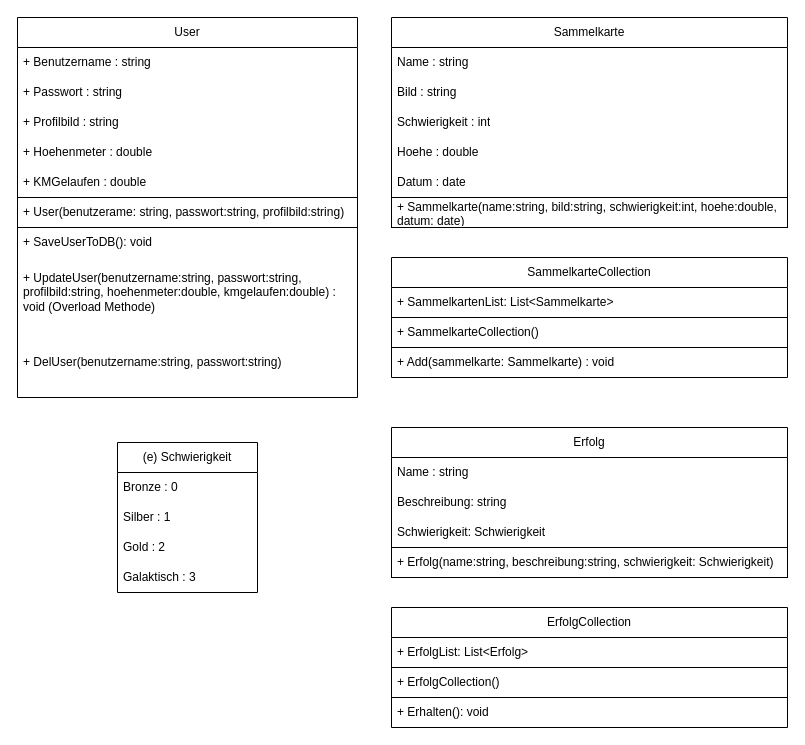
Earlier version of the draw.io diagram doc/Klassendiagramm.drawio (BlJanosch/Hermes). Source tidied: cells renumbered, new cells numbered last; positions are measured from the earlier drawing's top-left corner, leaving out a move shared by most shapes. Both pictures are drawn from the tidied source at 100%, with x=0, y=0 at pixel (17, 17).
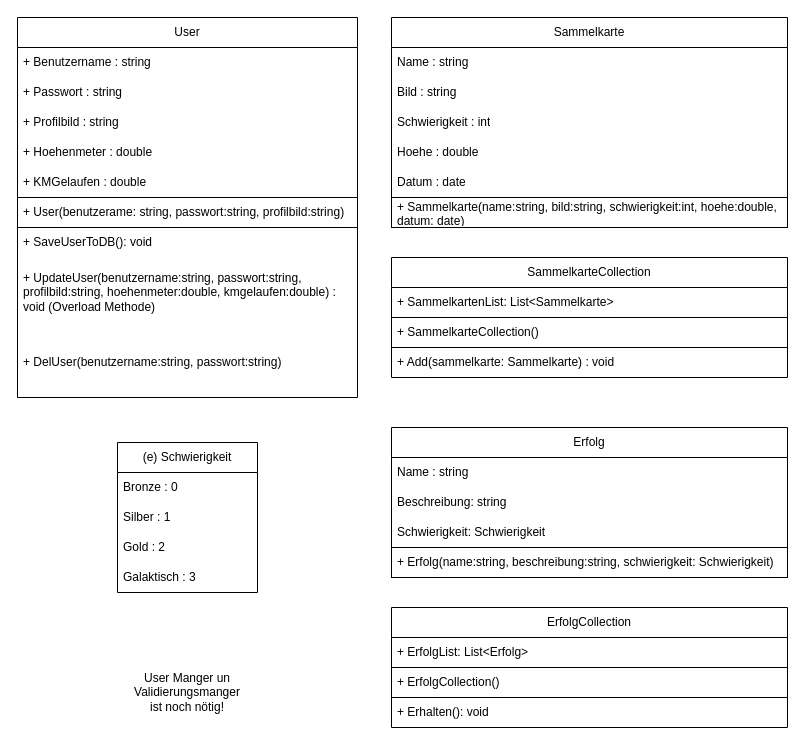
The same diagram, later.

Diff of the diagram source:
```diff
@@
+    <mxCell id="37" value="User Manger un Validierungsmanger ist noch nötig!" style="text;html=1;align=center;verticalAlign=middle;whiteSpace=wrap;rounded=0;" parent="1" vertex="1">
+      <mxGeometry x="140" y="660" width="60" height="30" as="geometry" />
+    </mxCell>
```
